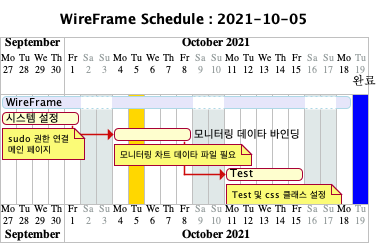
Above: static/schedule.png in shallbe40d/django-skel (PlantUML), before the change.
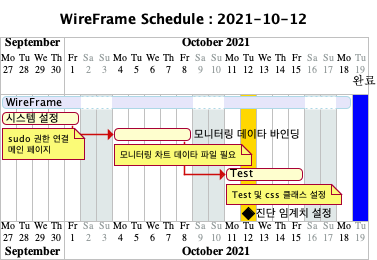
The same file after the commit.

The edit, as a diff of the source:
```diff
@@ -33,4 +33,8 @@
 2021-10-19 to 2021-10-19 are named [완료]
 2021-10-19 to 2021-10-19 are colored in blue
 $today to $today are colored in gold
+[진단 임계치 설정] happens at $today
+note bottom
+
+end note
 @enduml
```
